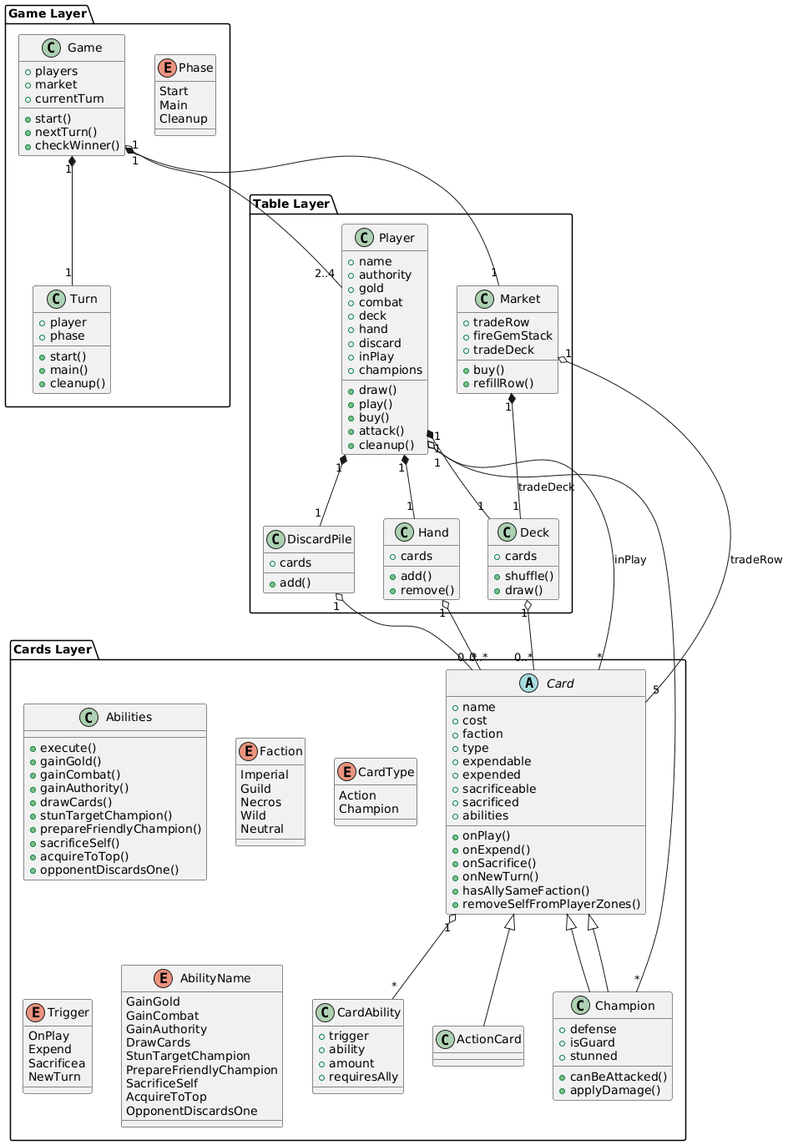
Earlier version of the PlantUML export PolyRealms UML.png (IssamChafiq/PolyRealms).
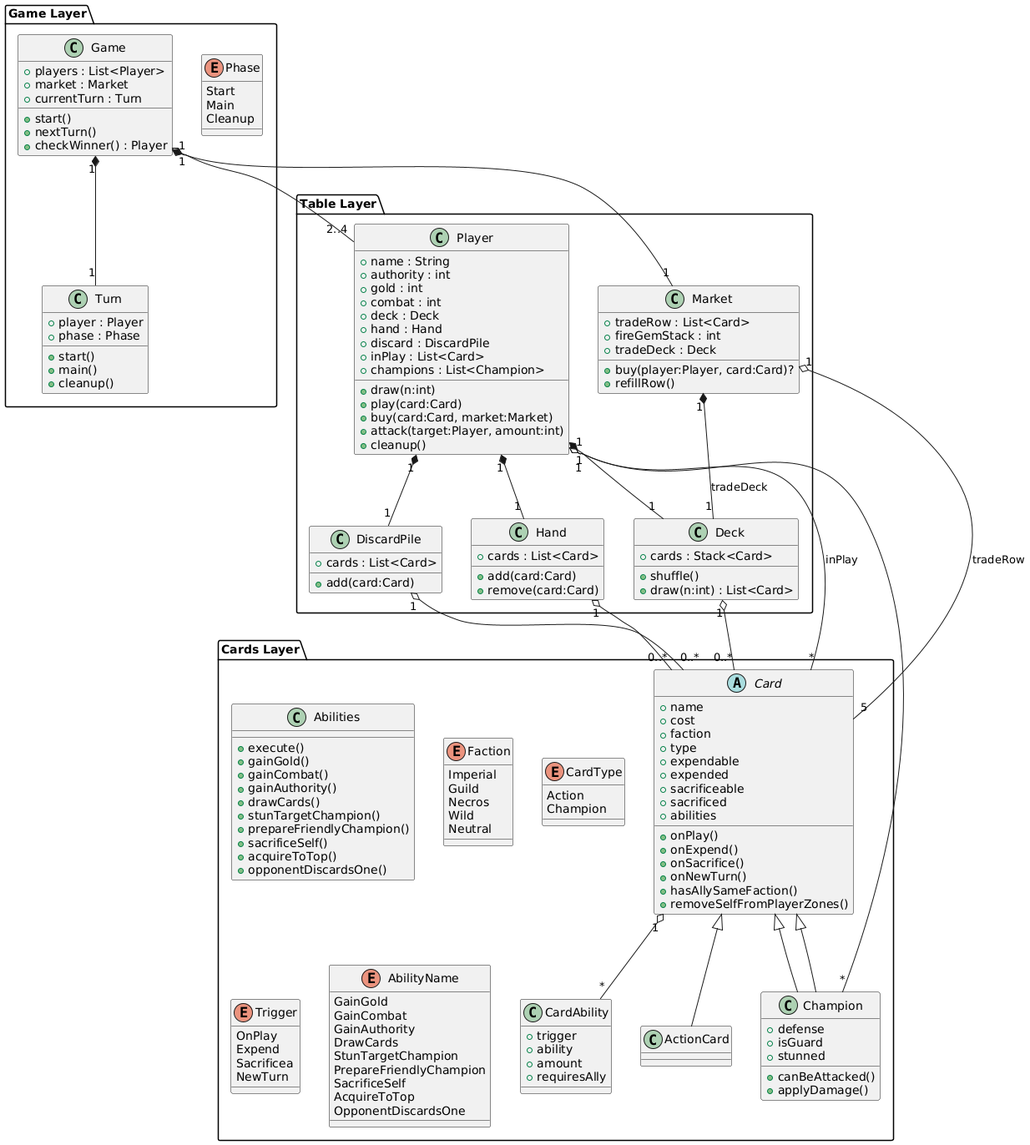
The same diagram one commit later.

Commit message:
Remettre les types dans l'uml

What changed in the source:
```diff
@@ -1,17 +1,17 @@
 @startuml
 package "Game Layer" {
   class Game {
-    +players
-    +market
-    +currentTurn
+    +players : List<Player>
+    +market : Market
+    +currentTurn : Turn
     +start()
     +nextTurn()
-    +checkWinner()
+    +checkWinner() : Player
   }
 
   class Turn {
-    +player
-    +phase
+    +player : Player
+    +phase : Phase
     +start()
     +main()
     +cleanup()
@@ -26,44 +26,44 @@
 
 package "Table Layer" {
   class Player {
-    +name
-    +authority
-    +gold
-    +combat
-    +deck
-    +hand
-    +discard
-    +inPlay
-    +champions
-    +draw()
-    +play()
-    +buy()
-    +attack()
+    +name : String
+    +authority : int
+    +gold : int
+    +combat : int
+    +deck : Deck
+    +hand : Hand
+    +discard : DiscardPile
+    +inPlay : List<Card>
+    +champions : List<Champion>
+    +draw(n:int)
+    +play(card:Card)
+    +buy(card:Card, market:Market)
+    +attack(target:Player, amount:int)
     +cleanup()
   }
 
   class Deck {
-    +cards
+    +cards : Stack<Card>
     +shuffle()
-    +draw()
+    +draw(n:int) : List<Card>
   }
 
   class Hand {
-    +cards
-    +add()
-    +remove()
+    +cards : List<Card>
+    +add(card:Card)
+    +remove(card:Card)
   }
 
   class DiscardPile {
-    +cards
-    +add()
+    +cards : List<Card>
+    +add(card:Card)
   }
 
   class Market {
-    +tradeRow
-    +fireGemStack
-    +tradeDeck
-    +buy()
+    +tradeRow : List<Card>
+    +fireGemStack : int
+    +tradeDeck : Deck
+    +buy(player:Player, card:Card)?
     +refillRow()
   }
 }
```
